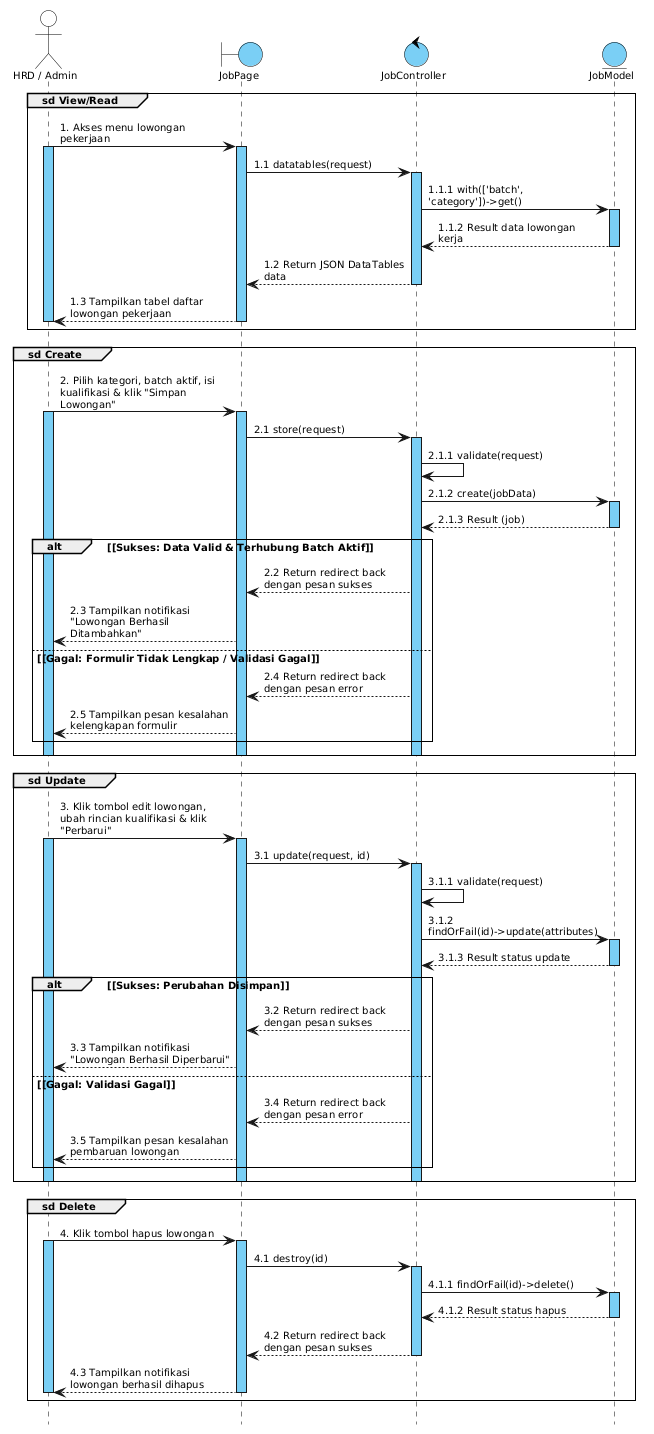
The PlantUML diagram public/assets/diagrams/VP/Sequence/UC-10_Kelola_Lowongan_Sequence.png in Madtive-Studio/klinik_keluarga_career, before a commit.
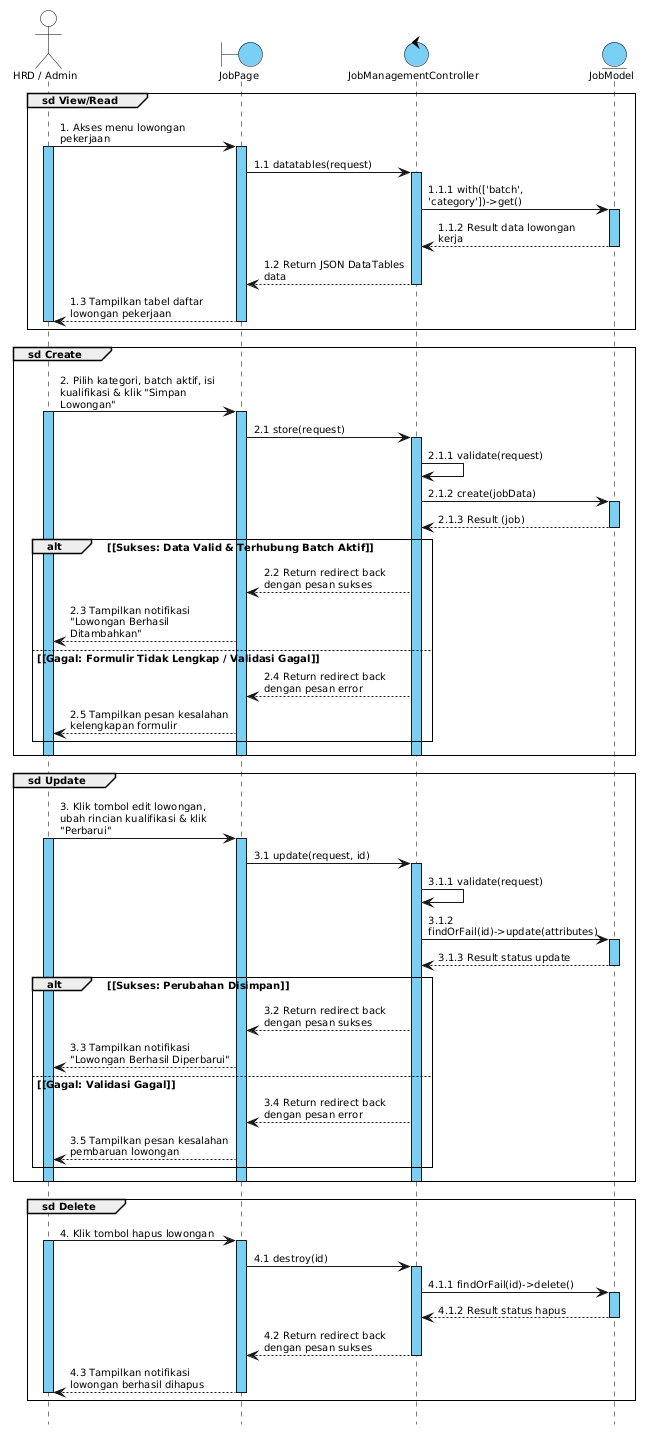
After the commit.

Commit message:
docs: sync deployment, class and sequence diagrams and report with codebase

Diff of the diagram source:
```diff
@@ -1,5 +1,5 @@
-@startuml
-skinparam defaultFontName Arial
+@startuml UC-10_Kelola_Lowongan_Sequence
+skinparam defaultFontName "DejaVu Sans"
 skinparam defaultFontSize 10
 skinparam shadowing false
 skinparam sequenceArrowThickness 1
@@ -49,7 +49,7 @@
 
 actor "HRD / Admin" as HRD
 boundary "JobPage" as Page
-control "JobController" as Controller
+control "JobManagementController" as Controller
 entity "JobModel" as Model
 
 group sd View/Read
@@ -133,4 +133,5 @@
   deactivate Page
   deactivate HRD
 end
+
 @enduml
```
